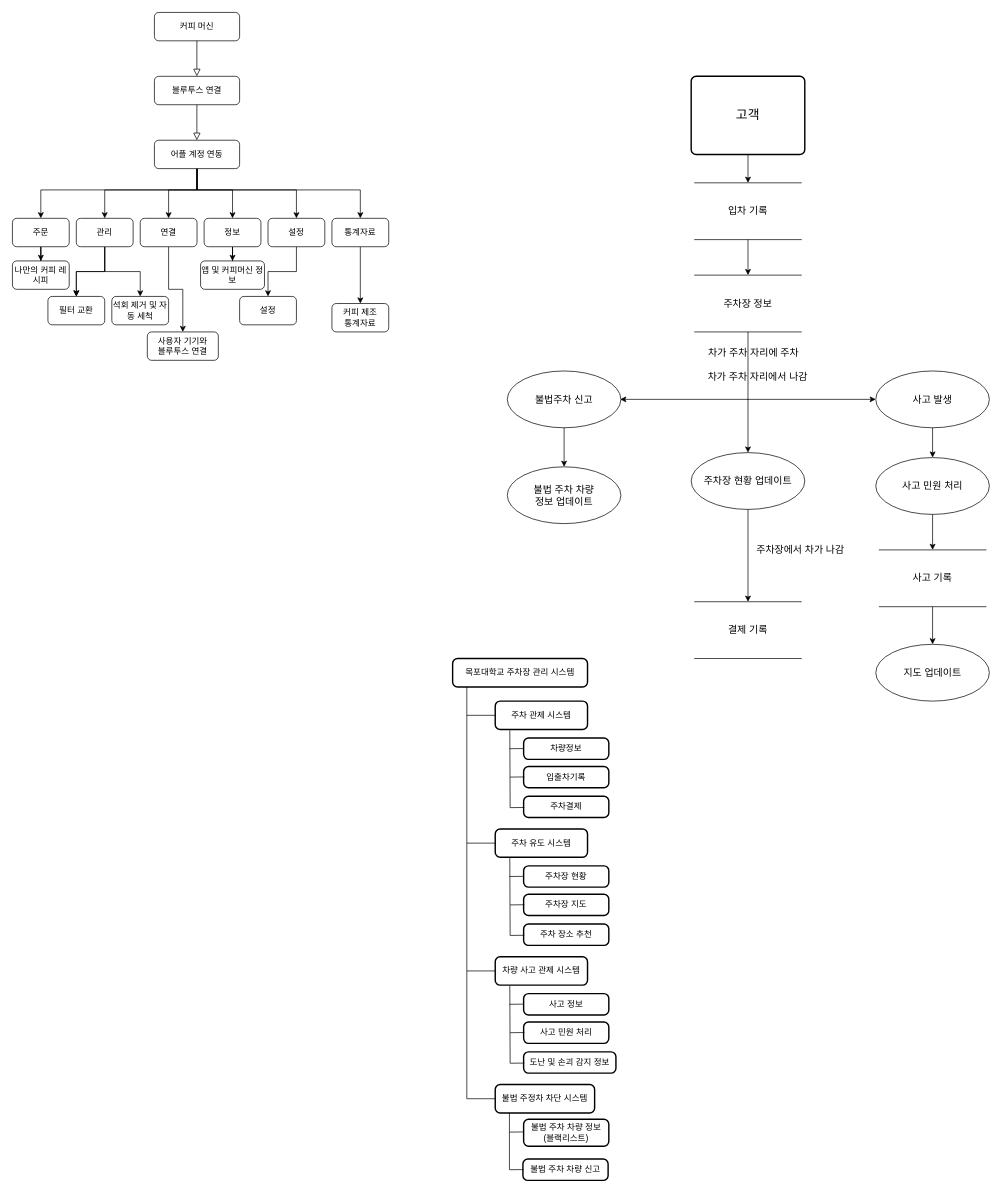
This is 제목 없는 다이어그램.drawio from MIN121234/tetris, a draw.io file, before an edit. Source tidied: cells renumbered, new cells numbered last; positions are measured from the earlier drawing's top-left corner, leaving out a move shared by most shapes. Both pictures are drawn from the tidied source at 71%, with x=0, y=0 at pixel (12, 12).
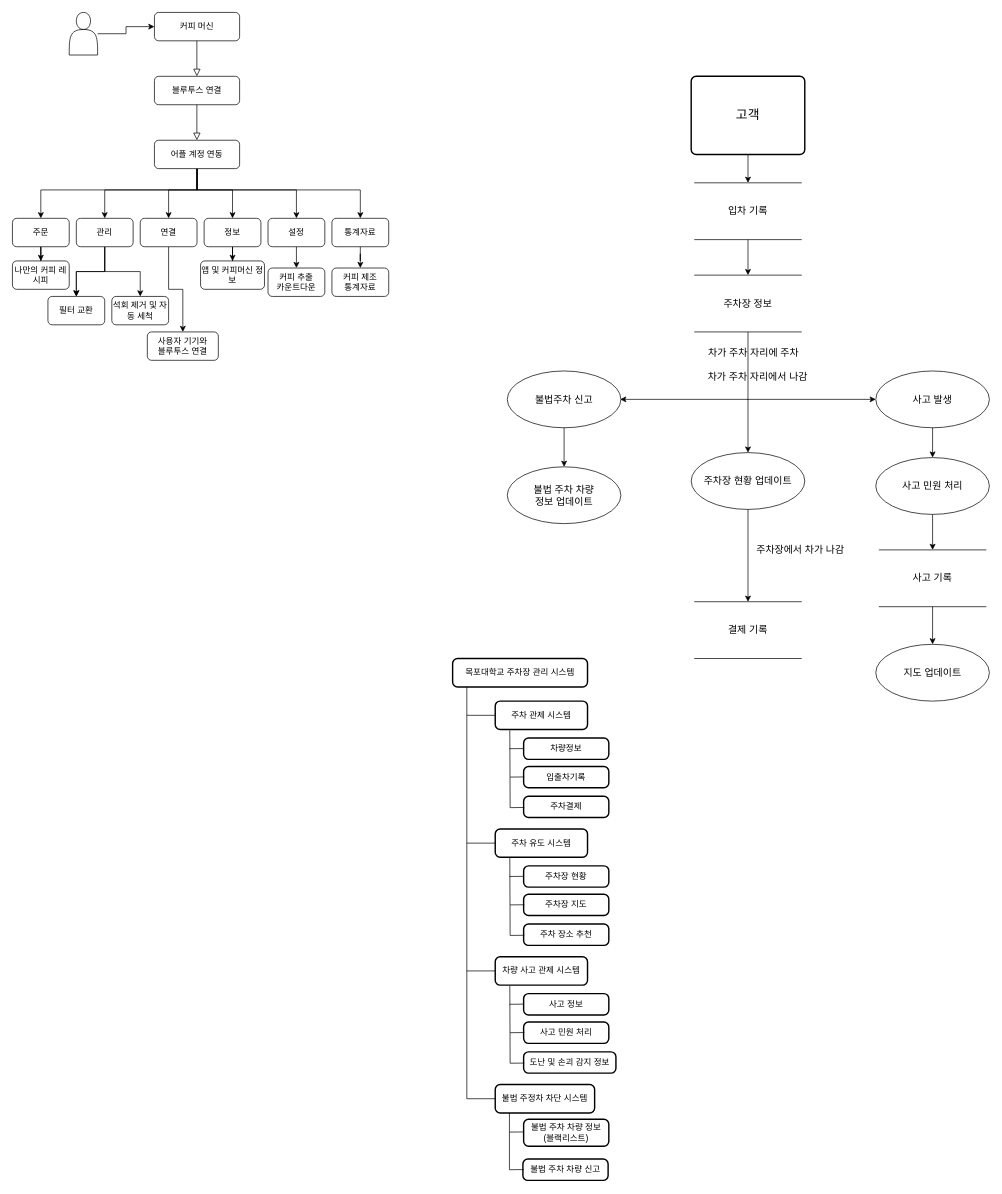
The same diagram, later.

Commit message:
제목 없는 다이어그램.drawio 업데이트

Unchanged cells that the change refers to:
```xml
<mxCell id="3" value="커피 머신" style="rounded=1;whiteSpace=wrap;html=1;fontSize=12;glass=0;strokeWidth=1;shadow=0;" parent="1" vertex="1">
  <mxGeometry x="200" width="120" height="40" as="geometry" />
</mxCell>
<mxCell id="84" value="설정" style="rounded=1;whiteSpace=wrap;html=1;fontSize=12;glass=0;strokeWidth=1;shadow=0;" parent="1" vertex="1">
  <mxGeometry x="360" y="290" width="80" height="40" as="geometry" />
</mxCell>
```

Change to the diagram source:
```diff
@@
-    <mxCell id="83" style="edgeStyle=orthogonalEdgeStyle;rounded=0;jettySize=auto;html=1;" parent="1" edge="1" source="84" target="92">
+    <mxCell id="83" style="edgeStyle=orthogonalEdgeStyle;rounded=0;jettySize=auto;html=1;exitX=0.5;exitY=1;exitDx=0;exitDy=0;entryX=0.5;entryY=0;entryDx=0;entryDy=0;" parent="1" edge="1" source="84" target="92">
       <mxGeometry relative="1" as="geometry" />
     </mxCell>
@@
-    <mxCell id="92" value="설정" style="rounded=1;whiteSpace=wrap;html=1;fontSize=12;glass=0;strokeWidth=1;shadow=0;" parent="1" vertex="1">
-      <mxGeometry x="320" y="400" width="80" height="40" as="geometry" />
+    <mxCell id="92" value="커피 추출 &lt;br&gt;카운트다운" style="rounded=1;whiteSpace=wrap;html=1;fontSize=12;glass=0;strokeWidth=1;shadow=0;" parent="1" vertex="1">
+      <mxGeometry x="360" y="360" width="80" height="40" as="geometry" />
     </mxCell>
     <mxCell id="93" value="커피 제조 &lt;br&gt;통계자료" style="rounded=1;whiteSpace=wrap;html=1;fontSize=12;glass=0;strokeWidth=1;shadow=0;" parent="1" vertex="1">
-      <mxGeometry x="450" y="410" width="80" height="40" as="geometry" />
+      <mxGeometry x="450" y="360" width="80" height="40" as="geometry" />
     </mxCell>
+    <mxCell id="94" style="edgeStyle=orthogonalEdgeStyle;rounded=0;jettySize=auto;html=1;entryX=0;entryY=0.5;entryDx=0;entryDy=0;" parent="1" edge="1" source="95" target="3">
+      <mxGeometry relative="1" as="geometry" />
+    </mxCell>
+    <mxCell id="95" style="shape=actor;whiteSpace=wrap;html=1;" parent="1" vertex="1">
+      <mxGeometry x="80" width="40" height="60" as="geometry" />
+    </mxCell>
```
